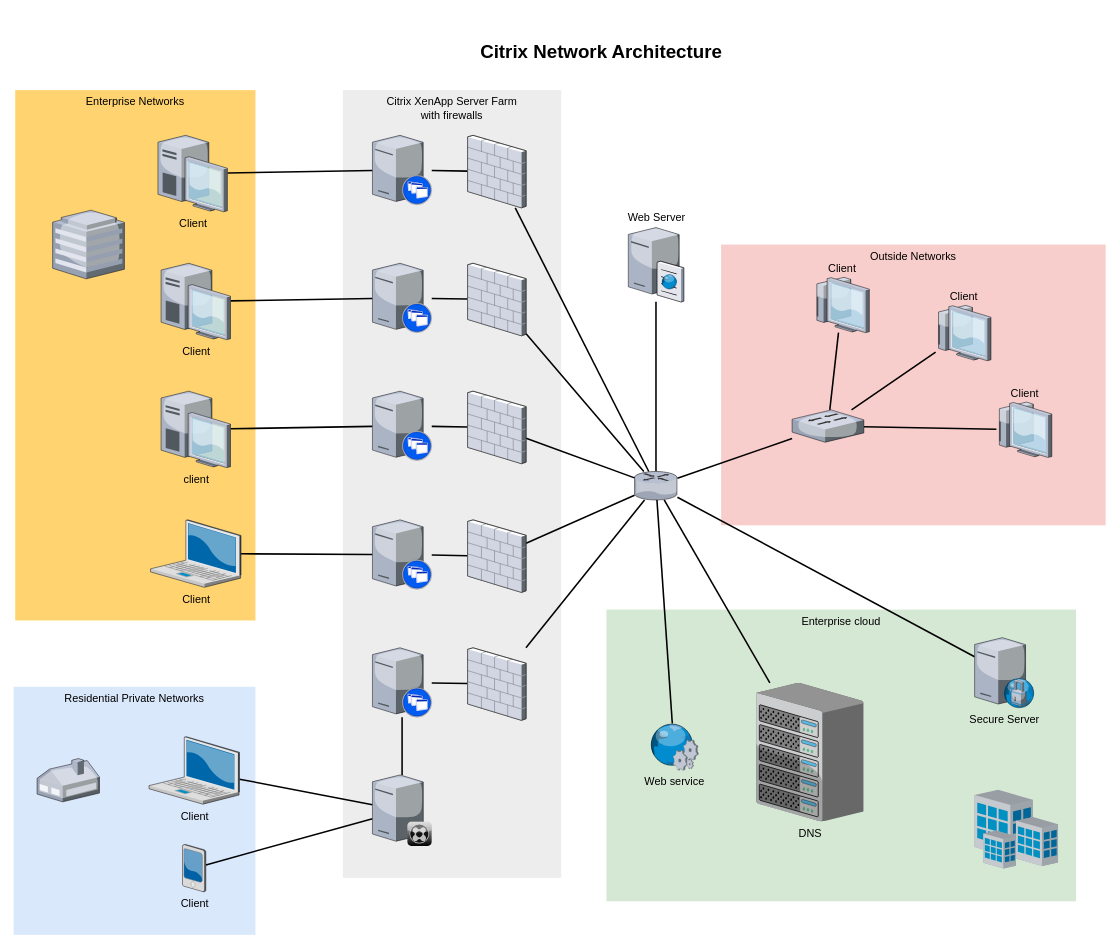
This is 제목 없는 다이어그램.drawio from LILILI11/Diagram, a draw.io file, before an edit. Source tidied: cells renumbered, new cells numbered last; positions are measured from the earlier drawing's top-left corner, leaving out a move shared by most shapes. Both pictures are drawn from the tidied source at 78%, with x=0, y=0 at pixel (13, 37).
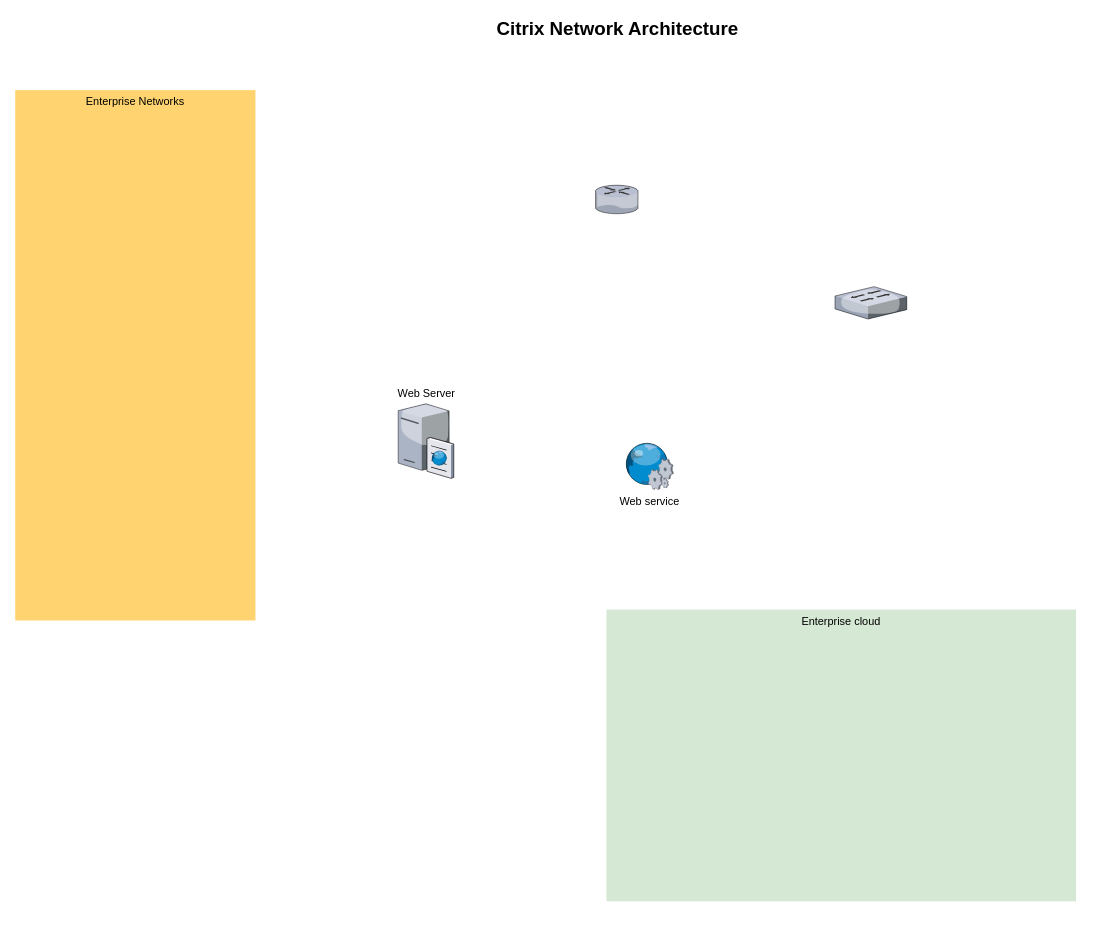
The same page after the edit.

Diff of the diagram source:
```diff
@@
-    <mxCell id="2" value="Outside Networks" style="whiteSpace=wrap;html=1;fillColor=#f8cecc;fontSize=14;strokeColor=none;verticalAlign=top;" parent="1" vertex="1">
-      <mxGeometry x="907" y="266" width="493" height="360" as="geometry" />
-    </mxCell>
@@
-    <mxCell id="4" value="Citrix XenApp Server Farm&lt;div&gt;with firewalls&lt;/div&gt;" style="whiteSpace=wrap;html=1;fillColor=#EDEDED;fontSize=14;strokeColor=none;verticalAlign=top;" parent="1" vertex="1">
-      <mxGeometry x="422" y="68" width="280" height="1010" as="geometry" />
-    </mxCell>
-    <mxCell id="5" value="Residential Private Networks" style="whiteSpace=wrap;html=1;fillColor=#dae8fc;fontSize=14;strokeColor=none;verticalAlign=top;" parent="1" vertex="1">
-      <mxGeometry y="833" width="310" height="318" as="geometry" />
-    </mxCell>
@@
-    <mxCell id="7" style="edgeStyle=none;rounded=0;html=1;startSize=10;endSize=10;jettySize=auto;fontSize=14;endArrow=none;endFill=0;strokeWidth=2;" parent="1" edge="1" source="8" target="35">
-      <mxGeometry relative="1" as="geometry" />
-    </mxCell>
-    <mxCell id="8" value="Client" style="verticalLabelPosition=bottom;html=1;verticalAlign=top;strokeColor=none;shape=mxgraph.citrix.laptop_2;fillColor=#66B2FF;gradientColor=#0066CC;fontSize=14;" parent="1" vertex="1">
-      <mxGeometry x="173.5" y="897" width="116" height="86.5" as="geometry" />
-    </mxCell>
-    <mxCell id="9" style="edgeStyle=none;rounded=0;html=1;startSize=10;endSize=10;jettySize=auto;fontSize=14;endArrow=none;endFill=0;strokeWidth=2;" parent="1" edge="1" source="10" target="22">
-      <mxGeometry relative="1" as="geometry" />
-    </mxCell>
-    <mxCell id="10" value="Client" style="verticalLabelPosition=bottom;html=1;verticalAlign=top;strokeColor=none;shape=mxgraph.citrix.laptop_2;fillColor=#66B2FF;gradientColor=#0066CC;fontSize=14;" parent="1" vertex="1">
-      <mxGeometry x="175.5" y="619" width="116" height="86.5" as="geometry" />
-    </mxCell>
-    <mxCell id="11" style="edgeStyle=none;rounded=0;html=1;startSize=10;endSize=10;jettySize=auto;fontSize=14;endArrow=none;endFill=0;strokeWidth=2;" parent="1" edge="1" source="12" target="24">
-      <mxGeometry relative="1" as="geometry" />
-    </mxCell>
-    <mxCell id="12" value="client" style="verticalLabelPosition=bottom;html=1;verticalAlign=top;strokeColor=none;shape=mxgraph.citrix.desktop;fillColor=#66B2FF;gradientColor=#0066CC;fontSize=14;" parent="1" vertex="1">
-      <mxGeometry x="189" y="454" width="89" height="98" as="geometry" />
-    </mxCell>
-    <mxCell id="13" style="edgeStyle=none;rounded=0;html=1;startSize=10;endSize=10;jettySize=auto;fontSize=14;endArrow=none;endFill=0;strokeWidth=2;" parent="1" edge="1" source="14" target="26">
-      <mxGeometry relative="1" as="geometry" />
-    </mxCell>
-    <mxCell id="14" value="Client" style="verticalLabelPosition=bottom;html=1;verticalAlign=top;strokeColor=none;shape=mxgraph.citrix.desktop;fillColor=#66B2FF;gradientColor=#0066CC;fontSize=14;" parent="1" vertex="1">
-      <mxGeometry x="189" y="290" width="89" height="98" as="geometry" />
-    </mxCell>
-    <mxCell id="15" style="edgeStyle=none;rounded=0;html=1;startSize=10;endSize=10;jettySize=auto;fontSize=14;endArrow=none;endFill=0;strokeWidth=2;" parent="1" edge="1" source="16" target="28">
-      <mxGeometry relative="1" as="geometry" />
-    </mxCell>
-    <mxCell id="16" value="Client" style="verticalLabelPosition=bottom;html=1;verticalAlign=top;strokeColor=none;shape=mxgraph.citrix.desktop;fillColor=#66B2FF;gradientColor=#0066CC;fontSize=14;" parent="1" vertex="1">
-      <mxGeometry x="185" y="126" width="89" height="98" as="geometry" />
-    </mxCell>
-    <mxCell id="17" style="edgeStyle=none;rounded=0;html=1;startSize=10;endSize=10;jettySize=auto;fontSize=14;endArrow=none;endFill=0;strokeWidth=2;" parent="1" edge="1" source="18" target="35">
-      <mxGeometry relative="1" as="geometry" />
-    </mxCell>
-    <mxCell id="18" value="Client" style="verticalLabelPosition=bottom;html=1;verticalAlign=top;strokeColor=none;shape=mxgraph.citrix.pda;fillColor=#66B2FF;gradientColor=#0066CC;fontSize=14;" parent="1" vertex="1">
-      <mxGeometry x="216.5" y="1035" width="30" height="61" as="geometry" />
-    </mxCell>
-    <mxCell id="19" style="edgeStyle=none;rounded=0;html=1;startSize=10;endSize=10;jettySize=auto;fontSize=14;endArrow=none;endFill=0;strokeWidth=2;" parent="1" edge="1" source="20" target="47">
-      <mxGeometry relative="1" as="geometry" />
-    </mxCell>
-    <mxCell id="20" style="verticalLabelPosition=bottom;html=1;verticalAlign=top;strokeColor=none;shape=mxgraph.citrix.xenapp_server;fillColor=#66B2FF;gradientColor=#0066CC;fontSize=14;" parent="1" vertex="1">
-      <mxGeometry x="460" y="783" width="76" height="89" as="geometry" />
-    </mxCell>
-    <mxCell id="21" style="edgeStyle=none;rounded=0;html=1;startSize=10;endSize=10;jettySize=auto;fontSize=14;endArrow=none;endFill=0;strokeWidth=2;" parent="1" edge="1" source="22" target="45">
-      <mxGeometry relative="1" as="geometry" />
-    </mxCell>
-    <mxCell id="22" style="verticalLabelPosition=bottom;html=1;verticalAlign=top;strokeColor=none;shape=mxgraph.citrix.xenapp_server;fillColor=#66B2FF;gradientColor=#0066CC;fontSize=14;" parent="1" vertex="1">
-      <mxGeometry x="460" y="619" width="76" height="89" as="geometry" />
-    </mxCell>
-    <mxCell id="23" style="edgeStyle=none;rounded=0;html=1;startSize=10;endSize=10;jettySize=auto;fontSize=14;endArrow=none;endFill=0;strokeWidth=2;" parent="1" edge="1" source="24" target="43">
-      <mxGeometry relative="1" as="geometry" />
-    </mxCell>
-    <mxCell id="24" style="verticalLabelPosition=bottom;html=1;verticalAlign=top;strokeColor=none;shape=mxgraph.citrix.xenapp_server;fillColor=#66B2FF;gradientColor=#0066CC;fontSize=14;" parent="1" vertex="1">
-      <mxGeometry x="460" y="454" width="76" height="89" as="geometry" />
-    </mxCell>
-    <mxCell id="25" style="edgeStyle=none;rounded=0;html=1;startSize=10;endSize=10;jettySize=auto;fontSize=14;endArrow=none;endFill=0;strokeWidth=2;" parent="1" edge="1" source="26" target="41">
-      <mxGeometry relative="1" as="geometry" />
-    </mxCell>
-    <mxCell id="26" style="verticalLabelPosition=bottom;html=1;verticalAlign=top;strokeColor=none;shape=mxgraph.citrix.xenapp_server;fillColor=#66B2FF;gradientColor=#0066CC;fontSize=14;" parent="1" vertex="1">
-      <mxGeometry x="460" y="290" width="76" height="89" as="geometry" />
-    </mxCell>
-    <mxCell id="27" style="edgeStyle=none;rounded=0;html=1;startSize=10;endSize=10;jettySize=auto;fontSize=14;endArrow=none;endFill=0;strokeWidth=2;" parent="1" edge="1" source="28" target="39">
-      <mxGeometry relative="1" as="geometry" />
-    </mxCell>
-    <mxCell id="28" style="verticalLabelPosition=bottom;html=1;verticalAlign=top;strokeColor=none;shape=mxgraph.citrix.xenapp_server;fillColor=#66B2FF;gradientColor=#0066CC;fontSize=14;" parent="1" vertex="1">
-      <mxGeometry x="460" y="126" width="76" height="89" as="geometry" />
-    </mxCell>
-    <mxCell id="29" style="edgeStyle=none;rounded=0;html=1;startSize=10;endSize=10;jettySize=auto;fontSize=14;endArrow=none;endFill=0;strokeWidth=2;" parent="1" edge="1" source="33" target="37">
-      <mxGeometry relative="1" as="geometry" />
-    </mxCell>
-    <mxCell id="30" style="edgeStyle=none;rounded=0;html=1;startSize=10;endSize=10;jettySize=auto;fontSize=14;endArrow=none;endFill=0;strokeWidth=2;" parent="1" edge="1" source="33" target="36">
-      <mxGeometry relative="1" as="geometry" />
-    </mxCell>
-    <mxCell id="31" style="edgeStyle=none;rounded=0;html=1;startSize=10;endSize=10;jettySize=auto;fontSize=14;endArrow=none;endFill=0;strokeWidth=2;" parent="1" edge="1" source="33" target="54">
-      <mxGeometry relative="1" as="geometry" />
-    </mxCell>
-    <mxCell id="32" style="edgeStyle=none;rounded=0;html=1;startSize=10;endSize=10;jettySize=auto;fontSize=14;endArrow=none;endFill=0;strokeWidth=2;" parent="1" edge="1" source="33" target="50">
-      <mxGeometry relative="1" as="geometry" />
-    </mxCell>
     <mxCell id="33" style="verticalLabelPosition=bottom;html=1;verticalAlign=top;strokeColor=none;shape=mxgraph.citrix.router;fillColor=#66B2FF;gradientColor=#0066CC;fontSize=14;" parent="1" vertex="1">
-      <mxGeometry x="796" y="557" width="55" height="36.5" as="geometry" />
+      <mxGeometry x="746" y="190" width="55" height="36.5" as="geometry" />
     </mxCell>
-    <mxCell id="34" style="edgeStyle=none;rounded=0;html=1;startSize=10;endSize=10;jettySize=auto;fontSize=14;endArrow=none;endFill=0;strokeWidth=2;" parent="1" edge="1" source="35" target="20">
-      <mxGeometry relative="1" as="geometry" />
-    </mxCell>
-    <mxCell id="35" style="verticalLabelPosition=bottom;html=1;verticalAlign=top;strokeColor=none;shape=mxgraph.citrix.xenclient_synchronizer;fillColor=#CCCCCC;gradientColor=#000000;gradientDirection=south;fontSize=14;" parent="1" vertex="1">
-      <mxGeometry x="460" y="946" width="76" height="91" as="geometry" />
-    </mxCell>
     <mxCell id="36" value="Web Server" style="verticalLabelPosition=top;html=1;verticalAlign=bottom;strokeColor=none;shape=mxgraph.citrix.cache_server;fillColor=#66B2FF;gradientColor=#0066CC;fontSize=14;labelPosition=center;align=center;" parent="1" vertex="1">
-      <mxGeometry x="788" y="242" width="71" height="97.5" as="geometry" />
+      <mxGeometry x="493" y="468" width="71" height="97.5" as="geometry" />
     </mxCell>
-    <mxCell id="37" value="DNS" style="verticalLabelPosition=bottom;html=1;verticalAlign=top;strokeColor=none;shape=mxgraph.citrix.chassis;fillColor=#66B2FF;gradientColor=#0066CC;fontSize=14;" parent="1" vertex="1">
-      <mxGeometry x="952" y="828" width="137.5" height="177.5" as="geometry" />
-    </mxCell>
-    <mxCell id="38" style="edgeStyle=none;rounded=0;html=1;startSize=10;endSize=10;jettySize=auto;fontSize=14;endArrow=none;endFill=0;strokeWidth=2;" parent="1" edge="1" source="39" target="33">
-      <mxGeometry relative="1" as="geometry" />
-    </mxCell>
-    <mxCell id="39" style="verticalLabelPosition=bottom;html=1;verticalAlign=top;strokeColor=none;shape=mxgraph.citrix.firewall;fillColor=#66B2FF;gradientColor=#0066CC;fontSize=14;" parent="1" vertex="1">
-      <mxGeometry x="582" y="126" width="75" height="93" as="geometry" />
-    </mxCell>
-    <mxCell id="40" style="edgeStyle=none;rounded=0;html=1;startSize=10;endSize=10;jettySize=auto;fontSize=14;endArrow=none;endFill=0;strokeWidth=2;" parent="1" edge="1" source="41" target="33">
-      <mxGeometry relative="1" as="geometry" />
-    </mxCell>
-    <mxCell id="41" style="verticalLabelPosition=bottom;html=1;verticalAlign=top;strokeColor=none;shape=mxgraph.citrix.firewall;fillColor=#66B2FF;gradientColor=#0066CC;fontSize=14;" parent="1" vertex="1">
-      <mxGeometry x="582" y="290" width="75" height="93" as="geometry" />
-    </mxCell>
-    <mxCell id="42" style="edgeStyle=none;rounded=0;html=1;startSize=10;endSize=10;jettySize=auto;fontSize=14;endArrow=none;endFill=0;strokeWidth=2;" parent="1" edge="1" source="43" target="33">
-      <mxGeometry relative="1" as="geometry" />
-    </mxCell>
-    <mxCell id="43" style="verticalLabelPosition=bottom;html=1;verticalAlign=top;strokeColor=none;shape=mxgraph.citrix.firewall;fillColor=#66B2FF;gradientColor=#0066CC;fontSize=14;" parent="1" vertex="1">
-      <mxGeometry x="582" y="454" width="75" height="93" as="geometry" />
-    </mxCell>
-    <mxCell id="44" style="edgeStyle=none;rounded=0;html=1;startSize=10;endSize=10;jettySize=auto;fontSize=14;endArrow=none;endFill=0;strokeWidth=2;" parent="1" edge="1" source="45" target="33">
-      <mxGeometry relative="1" as="geometry" />
-    </mxCell>
-    <mxCell id="45" style="verticalLabelPosition=bottom;html=1;verticalAlign=top;strokeColor=none;shape=mxgraph.citrix.firewall;fillColor=#66B2FF;gradientColor=#0066CC;fontSize=14;" parent="1" vertex="1">
-      <mxGeometry x="582" y="619" width="75" height="93" as="geometry" />
-    </mxCell>
-    <mxCell id="46" style="edgeStyle=none;rounded=0;html=1;startSize=10;endSize=10;jettySize=auto;fontSize=14;endArrow=none;endFill=0;strokeWidth=2;" parent="1" edge="1" source="47" target="33">
-      <mxGeometry relative="1" as="geometry" />
-    </mxCell>
-    <mxCell id="47" style="verticalLabelPosition=bottom;html=1;verticalAlign=top;strokeColor=none;shape=mxgraph.citrix.firewall;fillColor=#66B2FF;gradientColor=#0066CC;fontSize=14;" parent="1" vertex="1">
-      <mxGeometry x="582" y="783" width="75" height="93" as="geometry" />
-    </mxCell>
-    <mxCell id="48" style="verticalLabelPosition=bottom;html=1;verticalAlign=top;strokeColor=none;shape=mxgraph.citrix.home_office;fillColor=#66B2FF;gradientColor=#0066CC;fontSize=14;" parent="1" vertex="1">
-      <mxGeometry x="30" y="925" width="80" height="55.5" as="geometry" />
-    </mxCell>
-    <mxCell id="49" style="verticalLabelPosition=bottom;html=1;verticalAlign=top;strokeColor=none;shape=mxgraph.citrix.hq_enterprise;fillColor=#66B2FF;gradientColor=#0066CC;fontSize=14;" parent="1" vertex="1">
-      <mxGeometry x="50" y="222" width="92" height="88" as="geometry" />
-    </mxCell>
-    <mxCell id="50" value="Secure Server" style="verticalLabelPosition=bottom;html=1;verticalAlign=top;strokeColor=none;shape=mxgraph.citrix.proxy_server;fillColor=#66B2FF;gradientColor=#0066CC;fontSize=14;" parent="1" vertex="1">
-      <mxGeometry x="1232" y="770" width="76.5" height="90" as="geometry" />
-    </mxCell>
-    <mxCell id="51" style="edgeStyle=none;rounded=0;html=1;startSize=10;endSize=10;jettySize=auto;fontSize=14;endArrow=none;endFill=0;strokeWidth=2;" parent="1" edge="1" source="54" target="57">
-      <mxGeometry relative="1" as="geometry" />
-    </mxCell>
-    <mxCell id="52" style="edgeStyle=none;rounded=0;html=1;startSize=10;endSize=10;jettySize=auto;fontSize=14;endArrow=none;endFill=0;strokeWidth=2;" parent="1" edge="1" source="54" target="56">
-      <mxGeometry relative="1" as="geometry" />
-    </mxCell>
-    <mxCell id="53" style="edgeStyle=none;rounded=0;html=1;startSize=10;endSize=10;jettySize=auto;fontSize=14;endArrow=none;endFill=0;strokeWidth=2;" parent="1" edge="1" source="54" target="55">
-      <mxGeometry relative="1" as="geometry" />
-    </mxCell>
     <mxCell id="54" style="verticalLabelPosition=bottom;html=1;verticalAlign=top;strokeColor=none;shape=mxgraph.citrix.switch;fillColor=#66B2FF;gradientColor=#0066CC;fontSize=14;" parent="1" vertex="1">
-      <mxGeometry x="998" y="478" width="92" height="41.5" as="geometry" />
+      <mxGeometry x="1053" y="320" width="92" height="41.5" as="geometry" />
     </mxCell>
-    <mxCell id="55" value="Client" style="verticalLabelPosition=top;html=1;verticalAlign=bottom;strokeColor=none;shape=mxgraph.citrix.thin_client;fillColor=#66B2FF;gradientColor=#0066CC;fontSize=14;labelPosition=center;align=center;" parent="1" vertex="1">
-      <mxGeometry x="1260" y="468" width="71" height="71" as="geometry" />
-    </mxCell>
-    <mxCell id="56" value="Client" style="verticalLabelPosition=top;html=1;verticalAlign=bottom;strokeColor=none;shape=mxgraph.citrix.thin_client;fillColor=#66B2FF;gradientColor=#0066CC;fontSize=14;labelPosition=center;align=center;" parent="1" vertex="1">
-      <mxGeometry x="1182" y="344" width="71" height="71" as="geometry" />
-    </mxCell>
-    <mxCell id="57" value="Client" style="verticalLabelPosition=top;html=1;verticalAlign=bottom;strokeColor=none;shape=mxgraph.citrix.thin_client;fillColor=#66B2FF;gradientColor=#0066CC;fontSize=14;labelPosition=center;align=center;" parent="1" vertex="1">
-      <mxGeometry x="1026" y="308" width="71" height="71" as="geometry" />
-    </mxCell>
-    <mxCell id="58" style="edgeStyle=none;rounded=0;html=1;startSize=10;endSize=10;jettySize=auto;fontSize=14;endArrow=none;endFill=0;strokeWidth=2;" parent="1" edge="1" source="59" target="33">
-      <mxGeometry relative="1" as="geometry" />
-    </mxCell>
     <mxCell id="59" value="Web service" style="verticalLabelPosition=bottom;html=1;verticalAlign=top;strokeColor=none;shape=mxgraph.citrix.web_service;fillColor=#66B2FF;gradientColor=#0066CC;fontSize=14;" parent="1" vertex="1">
-      <mxGeometry x="815" y="880" width="63" height="60" as="geometry" />
+      <mxGeometry x="783" y="520" width="63" height="60" as="geometry" />
     </mxCell>
-    <mxCell id="60" style="verticalLabelPosition=bottom;html=1;verticalAlign=top;strokeColor=none;shape=mxgraph.citrix.site;fillColor=#66B2FF;gradientColor=#0066CC;fontSize=14;" parent="1" vertex="1">
-      <mxGeometry x="1232" y="965" width="107" height="101" as="geometry" />
-    </mxCell>
     <mxCell id="61" value="Citrix Network Architecture" style="text;strokeColor=none;fillColor=none;html=1;fontSize=24;fontStyle=1;verticalAlign=middle;align=center;" parent="1" vertex="1">
-      <mxGeometry x="322" width="861" height="40" as="geometry" />
+      <mxGeometry x="343" y="-30" width="861" height="40" as="geometry" />
     </mxCell>
```
